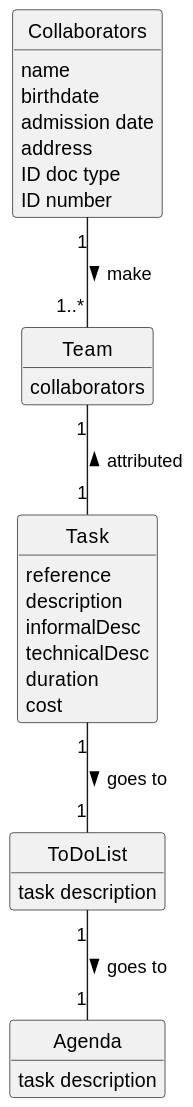
Departamento-de-Engenharia-Informatica/lei-24-s2-1df-1de-g063 keeps this PlantUML diagram as docs/SprintC/us29/02.analysis/svg/us029-domain-model.svg. Above is the earlier version.
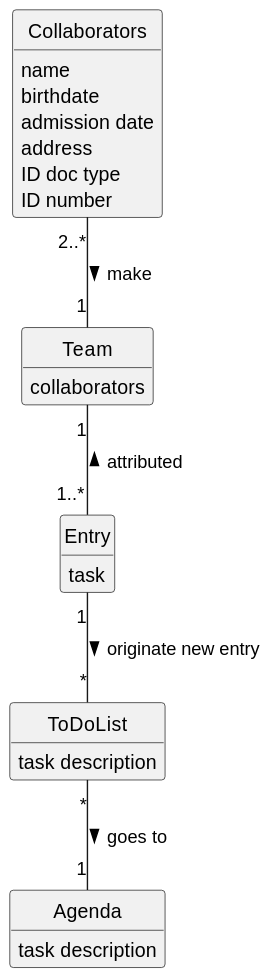
The same file after the commit.

Diff of the diagram source:
```diff
@@ -14,13 +14,8 @@
     collaborators
 }
 
-class Task {
-    reference
-    description
-    informalDesc
-    technicalDesc
-    duration
-    cost
+class Entry {
+    task
 }
 
 class Collaborators {
@@ -41,8 +36,8 @@
     task description
 }
 
-Task "1" -- "1" ToDoList : goes to >
-Team "1" -- "1" Task : attributed <
-Collaborators "1" -- "1..*" Team : make >
-ToDoList "1" -- "1" Agenda : goes to >
+Entry "1" -- "*" ToDoList : originate new entry >
+Team "1" -- "1..*" Entry : attributed <
+Collaborators "2..*" -- "1" Team : make >
+ToDoList "*" -- "1" Agenda : goes to >
 @enduml
```
